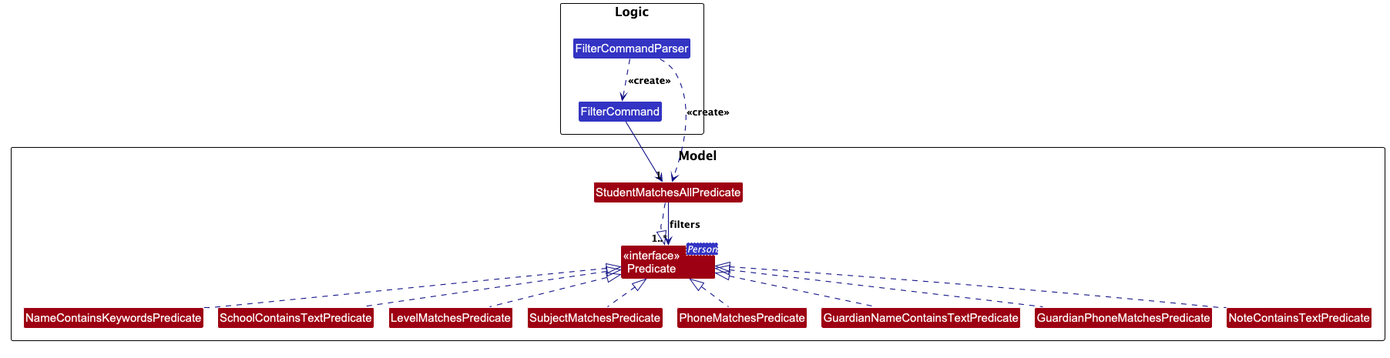
AY2627S1-CS2103T-T09-1/tp keeps this PlantUML diagram as docs/images/FilterClassDiagram.png. Above is the earlier version.
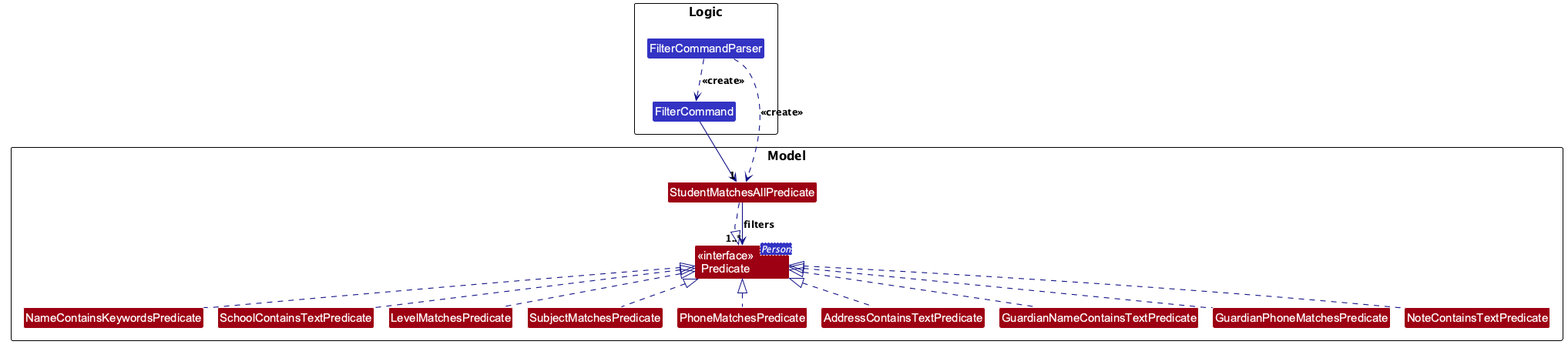
After the commit.

Commit message:
Let filter search addresses with a/

Diff of the diagram source:
```diff
@@ -1,4 +1,5 @@
 @startuml
+!pragma layout smetana
 !include style.puml
 skinparam arrowThickness 1.1
 skinparam arrowColor LOGIC_COLOR_T4
@@ -17,6 +18,7 @@
 Class LevelMatchesPredicate MODEL_COLOR
 Class SubjectMatchesPredicate MODEL_COLOR
 Class PhoneMatchesPredicate MODEL_COLOR
+Class AddressContainsTextPredicate MODEL_COLOR
 Class GuardianNameContainsTextPredicate MODEL_COLOR
 Class GuardianPhoneMatchesPredicate MODEL_COLOR
 Class NoteContainsTextPredicate MODEL_COLOR
@@ -34,6 +36,7 @@
 LevelMatchesPredicate .up.|> Predicate
 SubjectMatchesPredicate .up.|> Predicate
 PhoneMatchesPredicate .up.|> Predicate
+AddressContainsTextPredicate .up.|> Predicate
 GuardianNameContainsTextPredicate .up.|> Predicate
 GuardianPhoneMatchesPredicate .up.|> Predicate
 NoteContainsTextPredicate .up.|> Predicate
```
